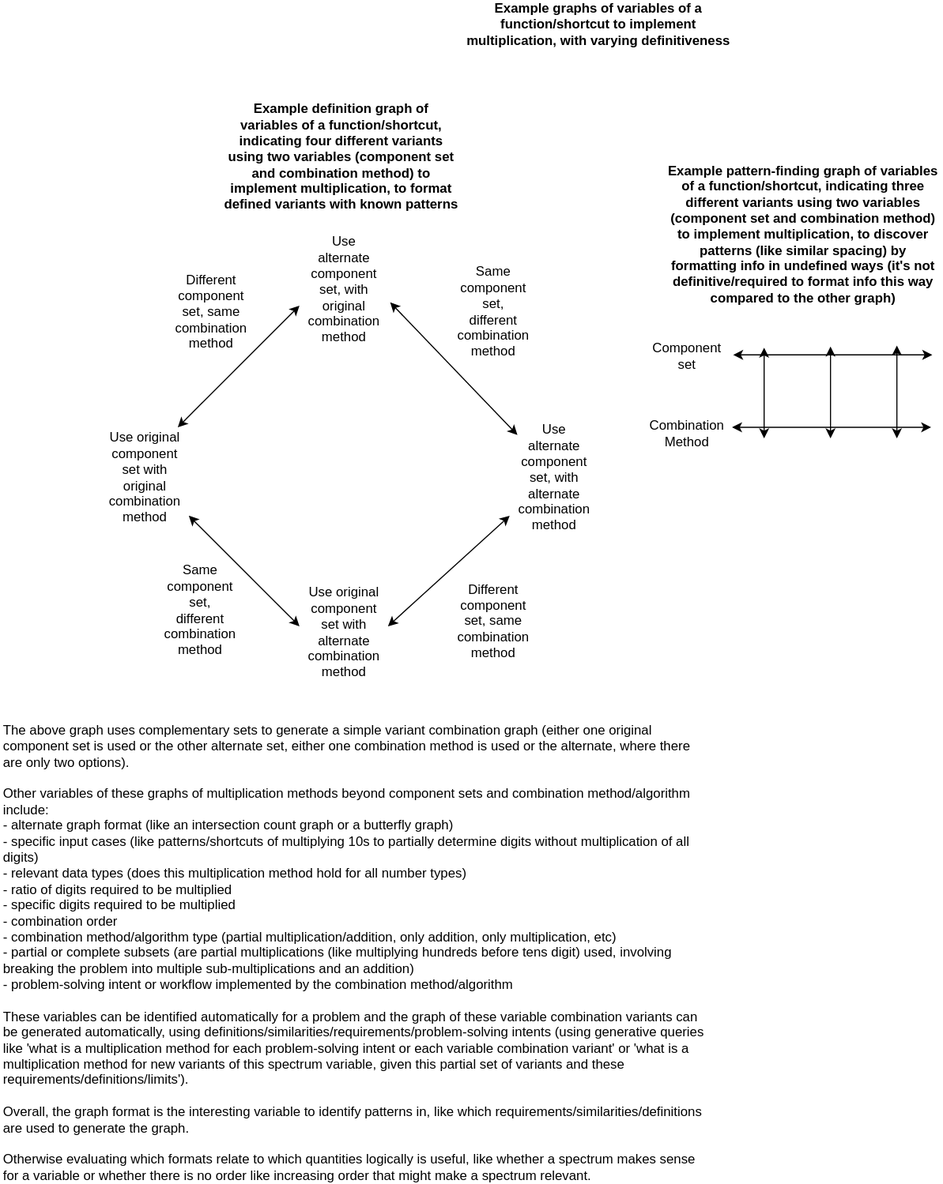
Earlier version of the draw.io export docs/objects/example_multiplication_method_graphs.drawio.svg (outdreamer/build-a-cure). Source tidied: cells renumbered, new cells last; positions are measured from the earlier drawing's top-left corner, leaving out a move shared by most shapes.
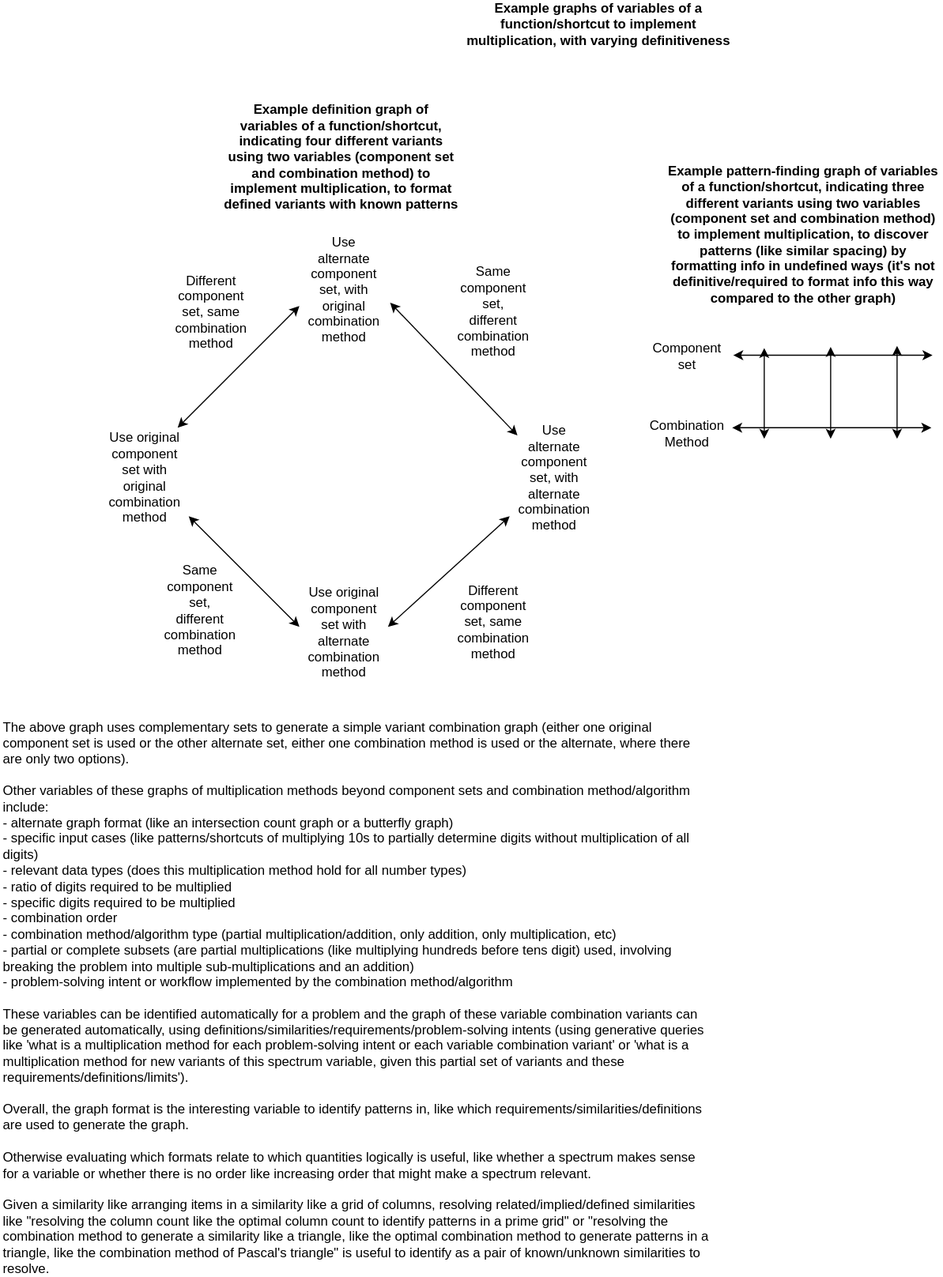
The same file after the commit.

Diff of the diagram source:
```diff
@@ -95,8 +95,8 @@
     <mxCell id="23" value="&lt;b&gt;Example graphs of variables of a function/shortcut to implement multiplication, with varying definitiveness&lt;/b&gt;" style="text;html=1;align=center;verticalAlign=middle;whiteSpace=wrap;rounded=0;" parent="1" vertex="1">
       <mxGeometry x="415" width="250" height="30" as="geometry" />
     </mxCell>
-    <mxCell id="24" value="&lt;div&gt;&lt;div&gt;The above graph uses complementary sets to generate a simple variant combination graph (either one original component set is used or the other alternate set, either one combination method is used or the alternate, where there are only two options).&lt;/div&gt;&lt;div&gt;&lt;br&gt;&lt;/div&gt;&lt;/div&gt;Other variables of these graphs of multiplication methods beyond component sets and combination method/algorithm include:&amp;nbsp;&lt;div&gt;- alternate graph format (like an intersection count graph or a butterfly graph)&lt;/div&gt;&lt;div&gt;- specific input cases (like patterns/shortcuts of multiplying 10s to partially determine digits without multiplication of all digits)&lt;/div&gt;&lt;div&gt;- relevant data types (does this multiplication method hold for all number types)&lt;/div&gt;&lt;div&gt;- ratio of digits required to be multiplied&lt;/div&gt;&lt;div&gt;- specific digits required to be multiplied&lt;/div&gt;&lt;div&gt;- combination order&lt;/div&gt;&lt;div&gt;- combination method/&lt;span style=&quot;background-color: transparent; color: light-dark(rgb(0, 0, 0), rgb(255, 255, 255));&quot;&gt;algorithm&lt;/span&gt;&lt;span style=&quot;background-color: transparent; color: light-dark(rgb(0, 0, 0), rgb(255, 255, 255));&quot;&gt;&amp;nbsp;type (partial multiplication/addition, only addition, only multiplication, etc)&lt;/span&gt;&lt;/div&gt;&lt;div&gt;- partial or complete subsets (are partial multiplications (like multiplying hundreds before tens digit) used, involving breaking the problem into multiple sub-multiplications and an addition)&lt;/div&gt;&lt;div&gt;- problem-solving intent or workflow implemented by the combination method/algorithm&lt;/div&gt;&lt;div&gt;&lt;br&gt;&lt;/div&gt;&lt;div&gt;These variables can be identified automatically for a problem and the graph of these variable combination variants can be generated automatically, using definitions/similarities/requirements/problem-solving intents (using generative queries like 'what is a multiplication method for each problem-solving intent or each variable combination variant' or 'what is a multiplication method for new variants of this spectrum variable, given this partial set of variants and these requirements/definitions/limits').&lt;/div&gt;&lt;div&gt;&lt;br&gt;&lt;/div&gt;&lt;div&gt;Overall, the graph format is the interesting variable to identify patterns in, like which requirements/similarities/definitions are used to generate the graph.&lt;/div&gt;&lt;div&gt;&lt;br&gt;&lt;/div&gt;&lt;div&gt;Otherwise evaluating which formats relate to which quantities logically is useful, like whether a spectrum makes sense for a variable or whether there is no order like increasing order that might make a spectrum relevant.&lt;/div&gt;" style="text;html=1;align=left;verticalAlign=middle;whiteSpace=wrap;rounded=0;" parent="1" vertex="1">
-      <mxGeometry y="840" width="640" height="30" as="geometry" />
+    <mxCell id="24" value="&lt;div&gt;&lt;div&gt;The above graph uses complementary sets to generate a simple variant combination graph (either one original component set is used or the other alternate set, either one combination method is used or the alternate, where there are only two options).&lt;/div&gt;&lt;div&gt;&lt;br&gt;&lt;/div&gt;&lt;/div&gt;Other variables of these graphs of multiplication methods beyond component sets and combination method/algorithm include:&amp;nbsp;&lt;div&gt;- alternate graph format (like an intersection count graph or a butterfly graph)&lt;/div&gt;&lt;div&gt;- specific input cases (like patterns/shortcuts of multiplying 10s to partially determine digits without multiplication of all digits)&lt;/div&gt;&lt;div&gt;- relevant data types (does this multiplication method hold for all number types)&lt;/div&gt;&lt;div&gt;- ratio of digits required to be multiplied&lt;/div&gt;&lt;div&gt;- specific digits required to be multiplied&lt;/div&gt;&lt;div&gt;- combination order&lt;/div&gt;&lt;div&gt;- combination method/&lt;span style=&quot;background-color: transparent; color: light-dark(rgb(0, 0, 0), rgb(255, 255, 255));&quot;&gt;algorithm&lt;/span&gt;&lt;span style=&quot;background-color: transparent; color: light-dark(rgb(0, 0, 0), rgb(255, 255, 255));&quot;&gt;&amp;nbsp;type (partial multiplication/addition, only addition, only multiplication, etc)&lt;/span&gt;&lt;/div&gt;&lt;div&gt;- partial or complete subsets (are partial multiplications (like multiplying hundreds before tens digit) used, involving breaking the problem into multiple sub-multiplications and an addition)&lt;/div&gt;&lt;div&gt;- problem-solving intent or workflow implemented by the combination method/algorithm&lt;/div&gt;&lt;div&gt;&lt;br&gt;&lt;/div&gt;&lt;div&gt;These variables can be identified automatically for a problem and the graph of these variable combination variants can be generated automatically, using definitions/similarities/requirements/problem-solving intents (using generative queries like 'what is a multiplication method for each problem-solving intent or each variable combination variant' or 'what is a multiplication method for new variants of this spectrum variable, given this partial set of variants and these requirements/definitions/limits').&lt;/div&gt;&lt;div&gt;&lt;br&gt;&lt;/div&gt;&lt;div&gt;Overall, the graph format is the interesting variable to identify patterns in, like which requirements/similarities/definitions are used to generate the graph.&lt;/div&gt;&lt;div&gt;&lt;br&gt;&lt;/div&gt;&lt;div&gt;Otherwise evaluating which formats relate to which quantities logically is useful, like whether a spectrum makes sense for a variable or whether there is no order like increasing order that might make a spectrum relevant.&lt;/div&gt;&lt;div&gt;&lt;br&gt;&lt;/div&gt;&lt;div&gt;Given a similarity like arranging items in a similarity like a grid of columns, resolving related/implied/defined similarities like &quot;resolving the column count like the optimal column count to identify patterns in a prime grid&quot; or &quot;resolving the combination method to generate a similarity like a triangle, like the optimal combination method to generate patterns in a triangle, like the combination method of Pascal's triangle&quot; is useful to identify as a pair of known/unknown similarities to resolve.&lt;/div&gt;" style="text;html=1;align=left;verticalAlign=middle;whiteSpace=wrap;rounded=0;" parent="1" vertex="1">
+      <mxGeometry y="880" width="640" height="30" as="geometry" />
     </mxCell>
   </root>
 </mxGraphModel>
```
